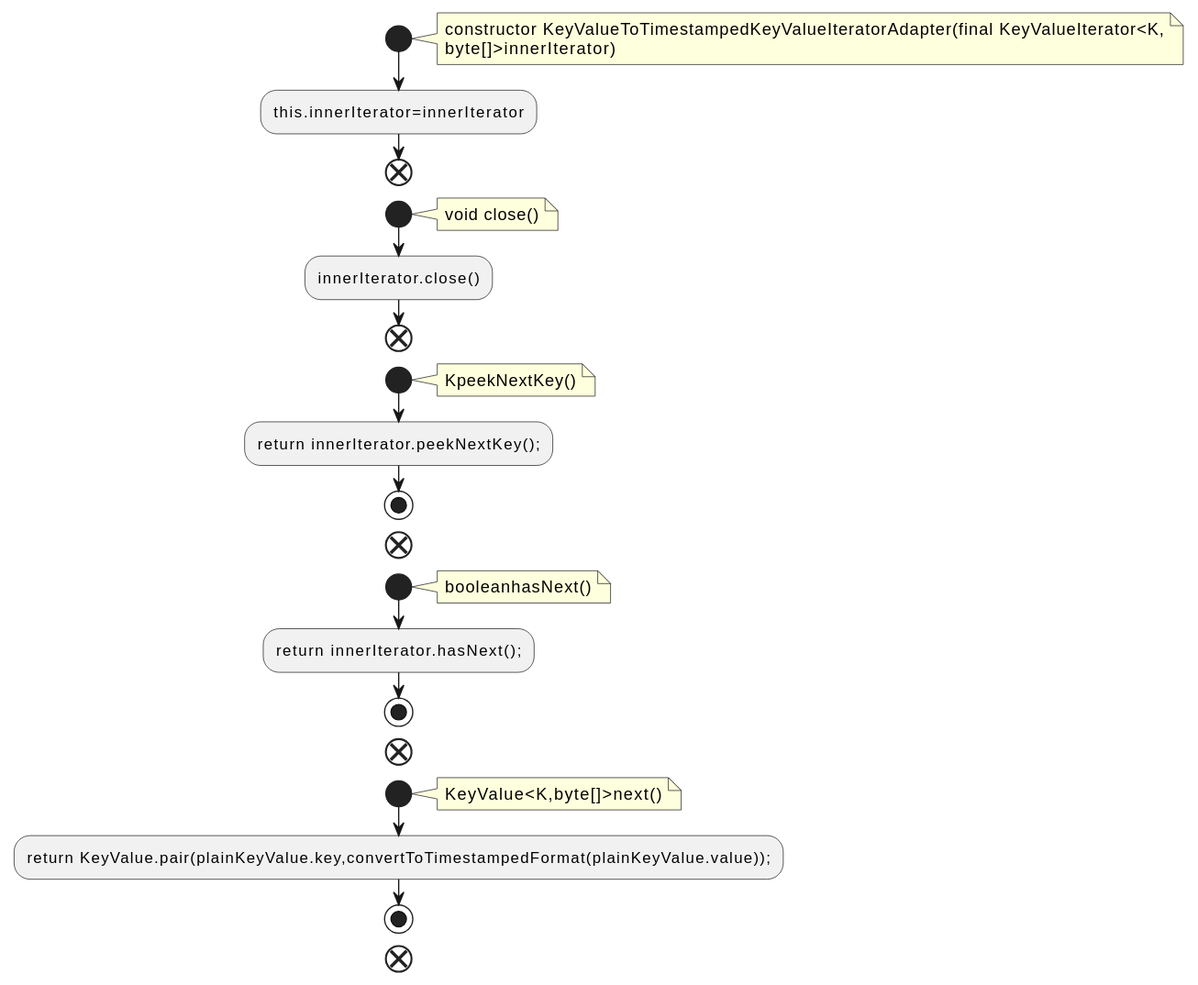
This is docs/qc/streams/src/main/java/org/apache/kafka/streams/state/internals/KeyValueToTimestampedKeyValueIteratorAdapter.java.fct.svg from qualitesys/kafka, a PlantUML export, as it was before one commit.
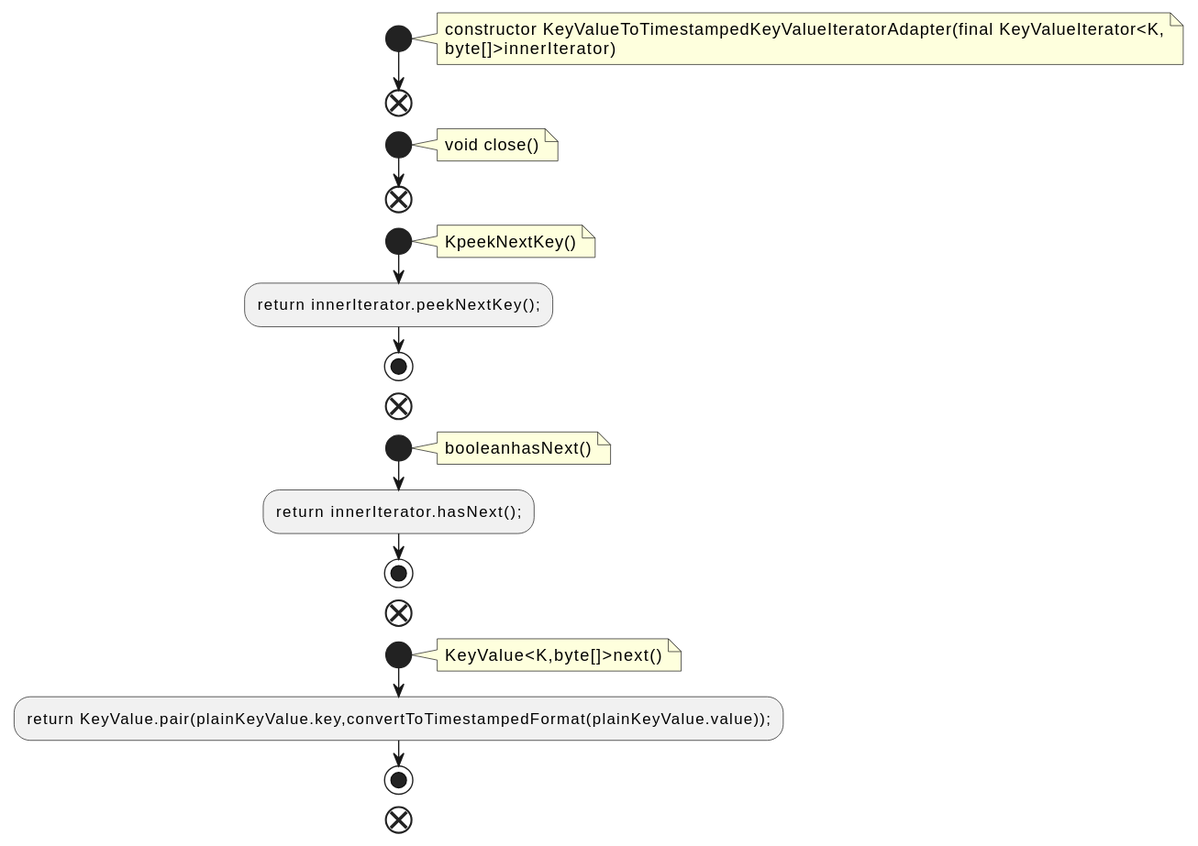
After the change.

The edit, as a diff of the source:
```diff
@@ -5,13 +5,11 @@
 constructor KeyValueToTimestampedKeyValueIteratorAdapter(final KeyValueIterator<K,
 byte[]>innerIterator)
 end note
-:this.innerIterator=innerIterator;
 end
 start
 note right
 void close()
 end note
-:innerIterator.close();
 end
 start
 note right
```
